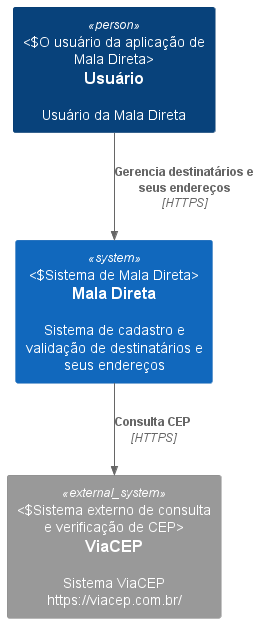
This is docs/C4/out/Context/MalaDireta-Context.png from samorysundjata/MalaDiretaCSharp, a PlantUML export, as it was before one commit.
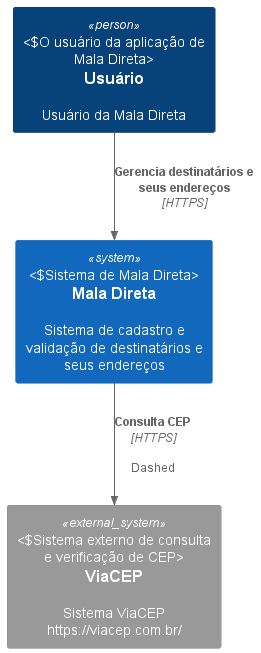
Later version of the same file.

Change to the diagram source:
```diff
@@ -7,6 +7,6 @@
 System_Ext(viacep, "ViaCEP", "Sistema ViaCEP https://viacep.com.br/", "Sistema externo de consulta e verificação de CEP")
 
 Rel(admin, maladireta, "Gerencia destinatários e seus endereços", "HTTPS")
-Rel(maladireta, viacep, "Consulta CEP", "HTTPS")
+Rel(maladireta, viacep, "Consulta CEP", "HTTPS", "Dashed")
 
 @enduml
```
